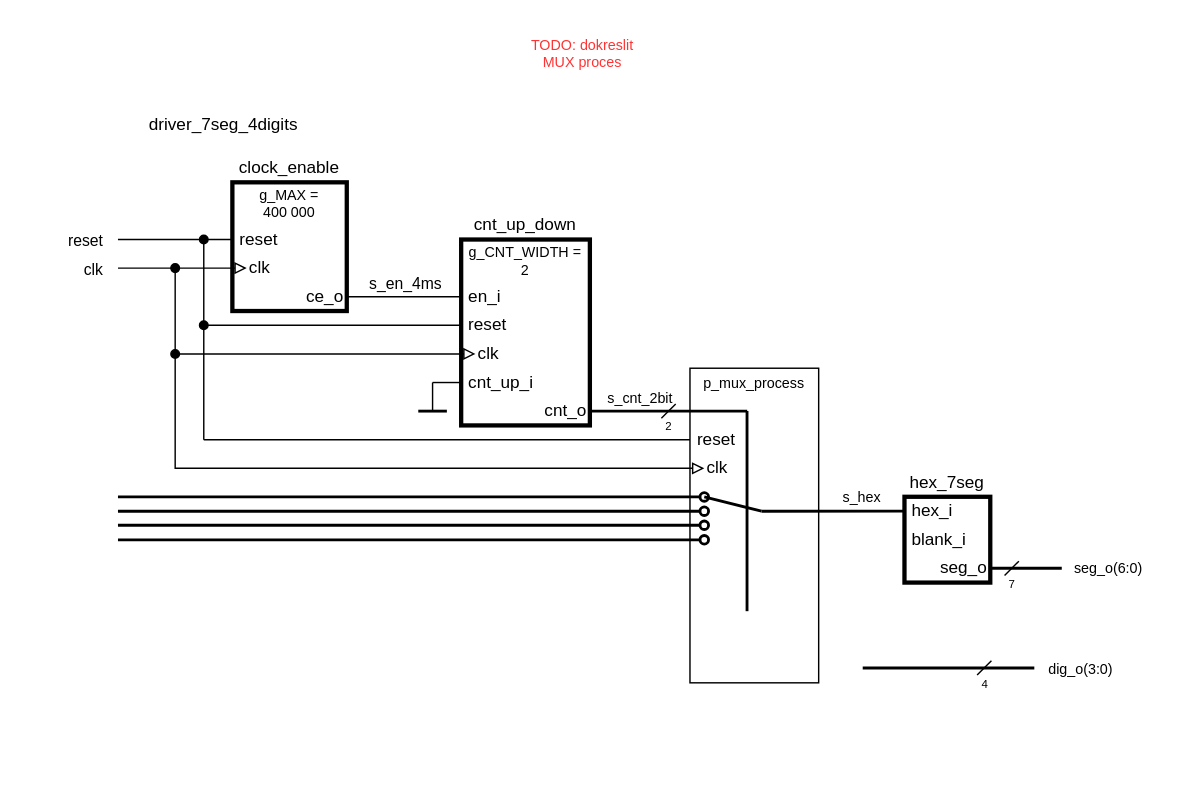
This is labs/07-display_driver/images/lab7_driver.drawio from tomas-fryza/vhdl-course, a draw.io file, before an edit. Source tidied: cells renumbered, new cells numbered last; positions are measured from the earlier drawing's top-left corner, leaving out a move shared by most shapes. Both pictures are drawn from the tidied source at 143%, with x=0, y=0 at pixel (117, 24).
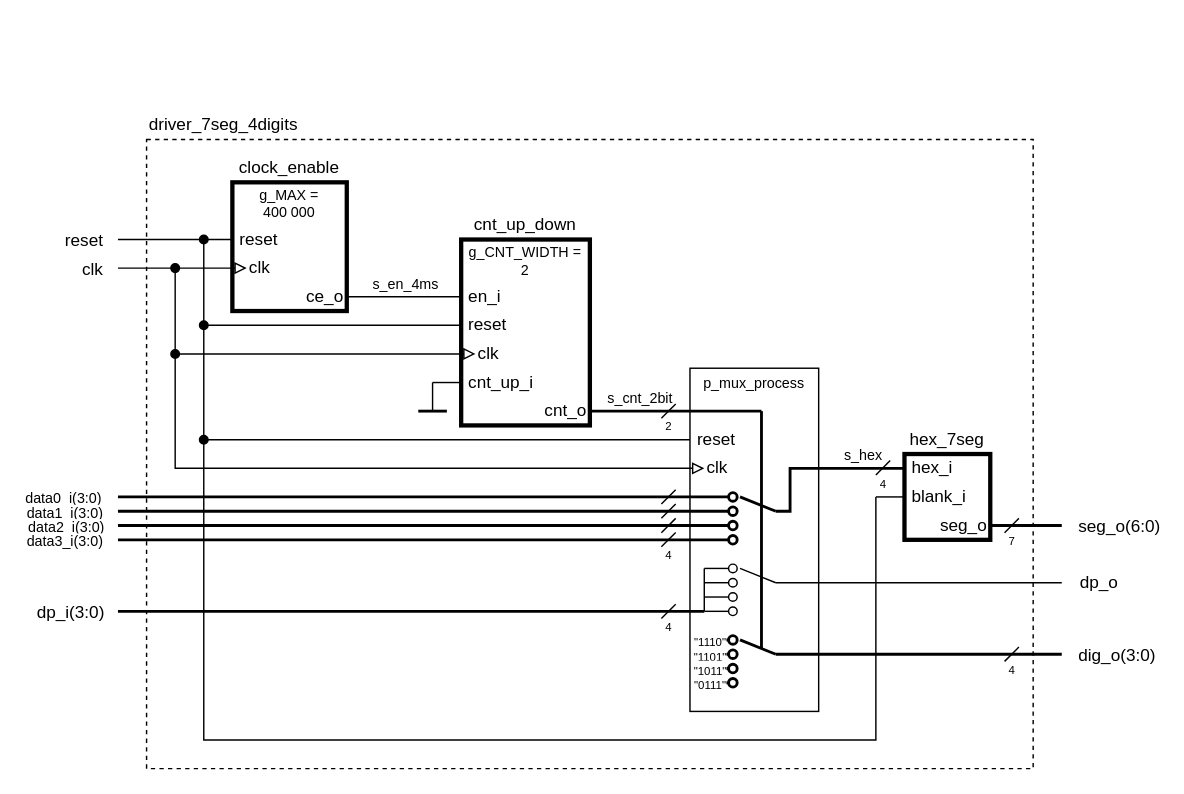
Above is the later version.

Commit message (it also covers changes not shown here):
Driver schema redrawn

The change refers to these unchanged cells:
```xml
<mxCell id="9" style="endArrow=none;html=1;rounded=0;" parent="1" edge="1" target="6">
  <mxGeometry relative="1" as="geometry">
    <mxPoint y="150" as="sourcePoint" />
  </mxGeometry>
</mxCell>
<mxCell id="11" style="endArrow=block;html=1;rounded=0;endFill=0;" parent="1" edge="1" target="7">
  <mxGeometry relative="1" as="geometry">
    <mxPoint y="170" as="sourcePoint" />
  </mxGeometry>
</mxCell>
<mxCell id="13" style="endArrow=none;html=1;rounded=0;" parent="1" edge="1" source="8" target="18">
  <mxGeometry relative="1" as="geometry" />
</mxCell>
```

The edit, as a diff of the source:
```diff
@@
+    <mxCell id="63" style="rounded=0;whiteSpace=wrap;html=1;fontSize=8;fillColor=none;dashed=1;" parent="1" vertex="1">
+      <mxGeometry x="20" y="80" width="620" height="440" as="geometry" />
+    </mxCell>
     <mxCell id="2" style="rounded=0;whiteSpace=wrap;html=1;strokeWidth=1;fillColor=none;" parent="1" vertex="1">
-      <mxGeometry x="400" y="240" width="90" height="220" as="geometry" />
+      <mxGeometry x="400" y="240" width="90" height="240" as="geometry" />
     </mxCell>
@@
-    <mxCell id="10" value="reset" style="edgeLabel;html=1;align=right;verticalAlign=middle;" parent="9" vertex="1">
+    <mxCell id="10" value="reset" style="edgeLabel;html=1;align=right;verticalAlign=middle;fontSize=12;" parent="9" vertex="1">
       <mxGeometry x="-0.83" relative="1" as="geometry">
         <mxPoint x="-17" as="offset" />
       </mxGeometry>
     </mxCell>
@@
-    <mxCell id="12" value="clk" style="edgeLabel;html=1;align=right;verticalAlign=middle;" parent="11" vertex="1">
+    <mxCell id="12" value="clk" style="edgeLabel;html=1;align=right;verticalAlign=middle;fontSize=12;" parent="11" vertex="1">
       <mxGeometry x="-0.93" y="-1" relative="1" as="geometry">
         <mxPoint x="-13" y="-1" as="offset" />
       </mxGeometry>
     </mxCell>
@@
-    <mxCell id="14" value="s_en_4ms" style="edgeLabel;html=1;align=center;verticalAlign=middle;" parent="13" vertex="1">
+    <mxCell id="14" value="s_en_4ms" style="edgeLabel;html=1;align=center;verticalAlign=middle;fontSize=10;" parent="13" vertex="1">
       <mxGeometry x="0.34" relative="1" as="geometry">
         <mxPoint x="-14" y="-10" as="offset" />
       </mxGeometry>
     </mxCell>
@@
     <mxCell id="28" style="rounded=0;whiteSpace=wrap;html=1;strokeWidth=3;" parent="1" vertex="1">
-      <mxGeometry x="550" y="329.9" width="60" height="60" as="geometry" />
+      <mxGeometry x="550" y="300" width="60" height="60" as="geometry" />
     </mxCell>
     <mxCell id="29" value="hex_7seg" style="text;html=1;strokeColor=none;fillColor=none;align=center;verticalAlign=middle;whiteSpace=wrap;rounded=0;" parent="1" vertex="1">
-      <mxGeometry x="550" y="309.9" width="60" height="20" as="geometry" />
+      <mxGeometry x="550" y="280" width="60" height="20" as="geometry" />
     </mxCell>
     <mxCell id="30" value="&amp;nbsp;hex_i" style="text;html=1;strokeColor=none;fillColor=none;align=left;verticalAlign=middle;whiteSpace=wrap;rounded=0;" parent="1" vertex="1">
-      <mxGeometry x="550" y="329.9" width="70" height="20" as="geometry" />
+      <mxGeometry x="550" y="300" width="70" height="20" as="geometry" />
     </mxCell>
     <mxCell id="31" value="&amp;nbsp;blank_i" style="text;html=1;strokeColor=none;fillColor=none;align=left;verticalAlign=middle;whiteSpace=wrap;rounded=0;" parent="1" vertex="1">
-      <mxGeometry x="550" y="349.9" width="70" height="20" as="geometry" />
+      <mxGeometry x="550" y="320" width="70" height="20" as="geometry" />
     </mxCell>
     <mxCell id="32" value="seg_o" style="text;html=1;strokeColor=none;fillColor=none;align=right;verticalAlign=middle;whiteSpace=wrap;rounded=0;" parent="1" vertex="1">
-      <mxGeometry x="560" y="369.9" width="50" height="20" as="geometry" />
+      <mxGeometry x="560" y="340" width="50" height="20" as="geometry" />
     </mxCell>
@@
     <mxCell id="35" style="endArrow=none;html=1;rounded=0;fontSize=10;strokeWidth=2;" parent="1" edge="1" source="32">
       <mxGeometry relative="1" as="geometry">
-        <mxPoint x="660" y="379.9" as="targetPoint" />
+        <mxPoint x="660" y="350" as="targetPoint" />
       </mxGeometry>
     </mxCell>
-    <mxCell id="36" value="seg_o(6:0)" style="edgeLabel;html=1;align=left;verticalAlign=middle;fontSize=10;" parent="35" vertex="1">
+    <mxCell id="36" value="seg_o(6:0)" style="edgeLabel;html=1;align=left;verticalAlign=middle;fontSize=12;" parent="35" vertex="1">
       <mxGeometry x="0.49" y="1" relative="1" as="geometry">
-        <mxPoint x="20" y="1" as="offset" />
+        <mxPoint x="23" y="1" as="offset" />
       </mxGeometry>
     </mxCell>
     <mxCell id="37" style="endArrow=none;html=1;rounded=0;fontSize=10;strokeWidth=2;" parent="1" edge="1">
       <mxGeometry relative="1" as="geometry">
-        <mxPoint x="520.8" y="449.6" as="sourcePoint" />
-        <mxPoint x="640.8" y="449.6" as="targetPoint" />
+        <mxPoint x="460" y="440" as="sourcePoint" />
+        <mxPoint x="660" y="440" as="targetPoint" />
       </mxGeometry>
     </mxCell>
-    <mxCell id="38" value="dig_o(3:0)" style="edgeLabel;html=1;align=left;verticalAlign=middle;fontSize=10;" parent="37" vertex="1">
+    <mxCell id="38" value="dig_o(3:0)" style="edgeLabel;html=1;align=left;verticalAlign=middle;fontSize=12;" parent="37" vertex="1">
       <mxGeometry x="0.79" y="3" relative="1" as="geometry">
-        <mxPoint x="21" y="3" as="offset" />
+        <mxPoint x="31" y="3" as="offset" />
       </mxGeometry>
     </mxCell>
@@
     <mxCell id="42" style="endArrow=none;html=1;rounded=0;fontSize=10;strokeWidth=1;" parent="1" edge="1">
       <mxGeometry relative="1" as="geometry">
-        <mxPoint x="620" y="384.9" as="sourcePoint" />
-        <mxPoint x="630" y="374.9" as="targetPoint" />
+        <mxPoint x="620" y="355" as="sourcePoint" />
+        <mxPoint x="630" y="345" as="targetPoint" />
       </mxGeometry>
     </mxCell>
@@
     <mxCell id="44" style="endArrow=none;html=1;rounded=0;fontSize=10;strokeWidth=1;" parent="1" edge="1">
       <mxGeometry relative="1" as="geometry">
-        <mxPoint x="600.8" y="454.6" as="sourcePoint" />
-        <mxPoint x="610.8" y="444.6" as="targetPoint" />
+        <mxPoint x="620" y="445" as="sourcePoint" />
+        <mxPoint x="630" y="435" as="targetPoint" />
       </mxGeometry>
     </mxCell>
@@
-    <mxCell id="47" value="TODO: dokreslit MUX proces" style="text;html=1;strokeColor=none;fillColor=none;align=center;verticalAlign=middle;whiteSpace=wrap;rounded=0;dashed=1;fontSize=10;fontColor=#FF3333;" parent="1" vertex="1">
-      <mxGeometry x="280" width="90" height="40" as="geometry" />
-    </mxCell>
@@
     <mxCell id="50" style="endArrow=none;html=1;rounded=0;fontSize=10;fontColor=#FF3333;strokeWidth=2;" parent="1" edge="1">
       <mxGeometry relative="1" as="geometry">
         <mxPoint x="400" y="270" as="sourcePoint" />
-        <mxPoint x="440" y="270" as="targetPoint" />
+        <mxPoint x="450" y="270" as="targetPoint" />
       </mxGeometry>
     </mxCell>
@@
     <mxCell id="55" style="endArrow=oval;html=1;rounded=0;fontSize=10;fontColor=#FF3333;strokeWidth=2;endFill=0;" parent="1" edge="1">
       <mxGeometry relative="1" as="geometry">
         <mxPoint y="330" as="sourcePoint" />
-        <mxPoint x="410" y="330" as="targetPoint" />
+        <mxPoint x="430" y="330" as="targetPoint" />
       </mxGeometry>
     </mxCell>
+    <mxCell id="64" value="data0_i(3:0)" style="edgeLabel;html=1;align=right;verticalAlign=middle;fontSize=10;" parent="55" vertex="1">
+      <mxGeometry x="-0.98" relative="1" as="geometry">
+        <mxPoint x="-15" as="offset" />
+      </mxGeometry>
+    </mxCell>
     <mxCell id="56" style="endArrow=oval;html=1;rounded=0;fontSize=10;fontColor=#FF3333;strokeWidth=2;endFill=0;" parent="1" edge="1">
       <mxGeometry relative="1" as="geometry">
         <mxPoint y="340" as="sourcePoint" />
-        <mxPoint x="410" y="340" as="targetPoint" />
+        <mxPoint x="430" y="340" as="targetPoint" />
       </mxGeometry>
     </mxCell>
+    <mxCell id="65" value="data1_i(3:0)" style="edgeLabel;html=1;align=right;verticalAlign=middle;fontSize=10;" parent="56" vertex="1">
+      <mxGeometry x="-0.96" y="1" relative="1" as="geometry">
+        <mxPoint x="-19" y="1" as="offset" />
+      </mxGeometry>
+    </mxCell>
     <mxCell id="57" style="endArrow=oval;html=1;rounded=0;fontSize=10;fontColor=#FF3333;strokeWidth=2;endFill=0;" parent="1" edge="1">
       <mxGeometry relative="1" as="geometry">
-        <mxPoint y="349.8" as="sourcePoint" />
-        <mxPoint x="410" y="349.8" as="targetPoint" />
+        <mxPoint y="350" as="sourcePoint" />
+        <mxPoint x="430" y="350" as="targetPoint" />
       </mxGeometry>
     </mxCell>
+    <mxCell id="66" value="data2_i(3:0)" style="edgeLabel;html=1;align=right;verticalAlign=middle;fontSize=10;" parent="57" vertex="1">
+      <mxGeometry x="-0.95" relative="1" as="geometry">
+        <mxPoint x="-20" as="offset" />
+      </mxGeometry>
+    </mxCell>
     <mxCell id="58" style="endArrow=oval;html=1;rounded=0;fontSize=10;fontColor=#FF3333;strokeWidth=2;endFill=0;" parent="1" edge="1">
       <mxGeometry relative="1" as="geometry">
         <mxPoint y="360" as="sourcePoint" />
-        <mxPoint x="410" y="360" as="targetPoint" />
+        <mxPoint x="430" y="360" as="targetPoint" />
       </mxGeometry>
     </mxCell>
+    <mxCell id="67" value="data3_i(3:0)" style="edgeLabel;html=1;align=right;verticalAlign=middle;fontSize=10;" parent="58" vertex="1">
+      <mxGeometry x="-0.95" y="1" relative="1" as="geometry">
+        <mxPoint x="-21" y="1" as="offset" />
+      </mxGeometry>
+    </mxCell>
-    <mxCell id="59" style="endArrow=none;html=1;rounded=0;fontSize=10;fontColor=#FF3333;strokeWidth=2;" parent="1" edge="1" target="30">
+    <mxCell id="59" style="endArrow=none;html=1;rounded=0;fontSize=10;fontColor=#FF3333;strokeWidth=2;entryX=0;entryY=0.5;entryDx=0;entryDy=0;" parent="1" edge="1" target="30">
       <mxGeometry relative="1" as="geometry">
-        <mxPoint x="450" y="340" as="sourcePoint" />
+        <mxPoint x="460" y="340" as="sourcePoint" />
+        <Array as="points">
+          <mxPoint x="470" y="340" />
+          <mxPoint x="470" y="310" />
+        </Array>
       </mxGeometry>
     </mxCell>
     <mxCell id="60" value="s_hex" style="edgeLabel;html=1;align=center;verticalAlign=middle;fontSize=10;fontColor=#000000;" parent="59" vertex="1">
       <mxGeometry x="0.43" y="1" relative="1" as="geometry">
-        <mxPoint x="-2" y="-9" as="offset" />
+        <mxPoint x="4" y="-9" as="offset" />
       </mxGeometry>
     </mxCell>
     <mxCell id="61" style="endArrow=none;html=1;rounded=0;fontSize=10;fontColor=#FF3333;strokeWidth=2;" parent="1" edge="1">
       <mxGeometry relative="1" as="geometry">
-        <mxPoint x="439.9" y="409.9" as="sourcePoint" />
-        <mxPoint x="439.9" y="269.9" as="targetPoint" />
+        <mxPoint x="450" y="436" as="sourcePoint" />
+        <mxPoint x="450" y="270" as="targetPoint" />
       </mxGeometry>
     </mxCell>
     <mxCell id="62" style="endArrow=none;html=1;rounded=0;fontSize=10;fontColor=#FF3333;strokeWidth=2;" parent="1" edge="1">
       <mxGeometry relative="1" as="geometry">
-        <mxPoint x="410" y="330" as="sourcePoint" />
-        <mxPoint x="450" y="340" as="targetPoint" />
+        <mxPoint x="435" y="330" as="sourcePoint" />
+        <mxPoint x="460" y="340" as="targetPoint" />
       </mxGeometry>
     </mxCell>
+    <mxCell id="68" style="endArrow=none;html=1;rounded=0;fontSize=10;strokeWidth=1;" parent="1" edge="1">
+      <mxGeometry relative="1" as="geometry">
+        <mxPoint x="530" y="314.6" as="sourcePoint" />
+        <mxPoint x="540" y="304.6" as="targetPoint" />
+      </mxGeometry>
+    </mxCell>
+    <mxCell id="69" value="4" style="edgeLabel;html=1;align=center;verticalAlign=middle;fontSize=8;" parent="68" vertex="1">
+      <mxGeometry x="-0.52" y="-1" relative="1" as="geometry">
+        <mxPoint x="2" y="7" as="offset" />
+      </mxGeometry>
+    </mxCell>
+    <mxCell id="70" style="endArrow=none;html=1;rounded=0;fontSize=10;fontColor=#FF3333;strokeWidth=2;endFill=0;" parent="1" edge="1">
+      <mxGeometry relative="1" as="geometry">
+        <mxPoint y="410" as="sourcePoint" />
+        <mxPoint x="410" y="410" as="targetPoint" />
+      </mxGeometry>
+    </mxCell>
+    <mxCell id="71" value="dp_i(3:0)" style="edgeLabel;html=1;align=right;verticalAlign=middle;fontSize=12;" parent="70" vertex="1">
+      <mxGeometry x="-0.96" relative="1" as="geometry">
+        <mxPoint x="-17" as="offset" />
+      </mxGeometry>
+    </mxCell>
+    <mxCell id="72" style="endArrow=oval;html=1;rounded=0;fontSize=10;endFill=0;" parent="1" edge="1">
+      <mxGeometry relative="1" as="geometry">
+        <mxPoint x="410" y="380" as="sourcePoint" />
+        <mxPoint x="430" y="380" as="targetPoint" />
+      </mxGeometry>
+    </mxCell>
+    <mxCell id="73" style="endArrow=oval;html=1;rounded=0;fontSize=10;endFill=0;" parent="1" edge="1">
+      <mxGeometry relative="1" as="geometry">
+        <mxPoint x="410" y="390" as="sourcePoint" />
+        <mxPoint x="430" y="390" as="targetPoint" />
+      </mxGeometry>
+    </mxCell>
+    <mxCell id="74" style="endArrow=oval;html=1;rounded=0;fontSize=10;endFill=0;" parent="1" edge="1">
+      <mxGeometry relative="1" as="geometry">
+        <mxPoint x="410" y="400" as="sourcePoint" />
+        <mxPoint x="430" y="400" as="targetPoint" />
+      </mxGeometry>
+    </mxCell>
+    <mxCell id="75" style="endArrow=oval;html=1;rounded=0;fontSize=10;endFill=0;" parent="1" edge="1">
+      <mxGeometry relative="1" as="geometry">
+        <mxPoint x="410" y="410" as="sourcePoint" />
+        <mxPoint x="430" y="410" as="targetPoint" />
+      </mxGeometry>
+    </mxCell>
+    <mxCell id="76" style="endArrow=none;html=1;rounded=0;fontSize=8;strokeWidth=1;" parent="1" edge="1">
+      <mxGeometry relative="1" as="geometry">
+        <mxPoint x="410" y="410" as="sourcePoint" />
+        <mxPoint x="410" y="380" as="targetPoint" />
+      </mxGeometry>
+    </mxCell>
+    <mxCell id="77" style="endArrow=none;html=1;rounded=0;fontSize=10;strokeWidth=1;" parent="1" edge="1">
+      <mxGeometry relative="1" as="geometry">
+        <mxPoint x="380" y="415" as="sourcePoint" />
+        <mxPoint x="390" y="405" as="targetPoint" />
+      </mxGeometry>
+    </mxCell>
+    <mxCell id="78" value="4" style="edgeLabel;html=1;align=center;verticalAlign=middle;fontSize=8;" parent="77" vertex="1">
+      <mxGeometry x="-0.52" y="-1" relative="1" as="geometry">
+        <mxPoint x="2" y="7" as="offset" />
+      </mxGeometry>
+    </mxCell>
+    <mxCell id="79" style="endArrow=none;html=1;rounded=0;fontSize=10;strokeWidth=1;" parent="1" edge="1">
+      <mxGeometry relative="1" as="geometry">
+        <mxPoint x="380" y="364.9" as="sourcePoint" />
+        <mxPoint x="390" y="354.9" as="targetPoint" />
+      </mxGeometry>
+    </mxCell>
+    <mxCell id="80" value="4" style="edgeLabel;html=1;align=center;verticalAlign=middle;fontSize=8;" parent="79" vertex="1">
+      <mxGeometry x="-0.52" y="-1" relative="1" as="geometry">
+        <mxPoint x="2" y="7" as="offset" />
+      </mxGeometry>
+    </mxCell>
+    <mxCell id="81" style="endArrow=none;html=1;rounded=0;fontSize=10;strokeWidth=1;" parent="1" edge="1">
+      <mxGeometry relative="1" as="geometry">
+        <mxPoint x="380" y="355" as="sourcePoint" />
+        <mxPoint x="390" y="345" as="targetPoint" />
+      </mxGeometry>
+    </mxCell>
+    <mxCell id="82" style="endArrow=none;html=1;rounded=0;fontSize=10;strokeWidth=1;" parent="1" edge="1">
+      <mxGeometry relative="1" as="geometry">
+        <mxPoint x="380" y="344.9" as="sourcePoint" />
+        <mxPoint x="390" y="334.9" as="targetPoint" />
+      </mxGeometry>
+    </mxCell>
+    <mxCell id="83" style="endArrow=none;html=1;rounded=0;fontSize=10;strokeWidth=1;" parent="1" edge="1">
+      <mxGeometry relative="1" as="geometry">
+        <mxPoint x="380" y="335" as="sourcePoint" />
+        <mxPoint x="390" y="325" as="targetPoint" />
+      </mxGeometry>
+    </mxCell>
+    <mxCell id="84" style="endArrow=none;html=1;rounded=0;fontSize=10;fontColor=#FF3333;strokeWidth=1;" parent="1" edge="1">
+      <mxGeometry relative="1" as="geometry">
+        <mxPoint x="460" y="390" as="sourcePoint" />
+        <mxPoint x="660" y="390" as="targetPoint" />
+      </mxGeometry>
+    </mxCell>
+    <mxCell id="85" value="dp_o" style="edgeLabel;html=1;align=left;verticalAlign=middle;fontSize=12;" parent="84" vertex="1">
+      <mxGeometry x="0.82" y="1" relative="1" as="geometry">
+        <mxPoint x="29" as="offset" />
+      </mxGeometry>
+    </mxCell>
+    <mxCell id="86" style="endArrow=none;html=1;rounded=0;fontSize=10;endFill=0;" parent="1" edge="1">
+      <mxGeometry relative="1" as="geometry">
+        <mxPoint x="435" y="380" as="sourcePoint" />
+        <mxPoint x="460" y="390" as="targetPoint" />
+      </mxGeometry>
+    </mxCell>
+    <mxCell id="87" style="endArrow=oval;html=1;rounded=0;fontSize=10;endFill=0;strokeWidth=2;" parent="1" edge="1">
+      <mxGeometry relative="1" as="geometry">
+        <mxPoint x="420" y="430" as="sourcePoint" />
+        <mxPoint x="430" y="430" as="targetPoint" />
+      </mxGeometry>
+    </mxCell>
+    <mxCell id="88" value="&lt;font style=&quot;font-size: 8px;&quot;&gt;&quot;1110&quot;&lt;/font&gt;" style="edgeLabel;html=1;align=center;verticalAlign=middle;" parent="87" vertex="1">
+      <mxGeometry relative="1" as="geometry">
+        <mxPoint x="-12" as="offset" />
+      </mxGeometry>
+    </mxCell>
+    <mxCell id="89" style="endArrow=oval;html=1;rounded=0;fontSize=10;endFill=0;strokeWidth=2;" parent="1" edge="1">
+      <mxGeometry relative="1" as="geometry">
+        <mxPoint x="420" y="440" as="sourcePoint" />
+        <mxPoint x="430" y="440" as="targetPoint" />
+      </mxGeometry>
+    </mxCell>
+    <mxCell id="90" value="&lt;font style=&quot;font-size: 8px;&quot;&gt;&quot;1101&quot;&lt;/font&gt;" style="edgeLabel;html=1;align=center;verticalAlign=middle;" parent="89" vertex="1">
+      <mxGeometry relative="1" as="geometry">
+        <mxPoint x="-12" as="offset" />
+      </mxGeometry>
+    </mxCell>
+    <mxCell id="91" style="endArrow=oval;html=1;rounded=0;fontSize=10;endFill=0;strokeWidth=2;" parent="1" edge="1">
+      <mxGeometry relative="1" as="geometry">
+        <mxPoint x="420" y="450" as="sourcePoint" />
+        <mxPoint x="430" y="450" as="targetPoint" />
+      </mxGeometry>
+    </mxCell>
+    <mxCell id="92" value="&lt;font style=&quot;font-size: 8px;&quot;&gt;&quot;1011&quot;&lt;/font&gt;" style="edgeLabel;html=1;align=center;verticalAlign=middle;" parent="91" vertex="1">
+      <mxGeometry relative="1" as="geometry">
+        <mxPoint x="-12" as="offset" />
+      </mxGeometry>
+    </mxCell>
+    <mxCell id="93" style="endArrow=oval;html=1;rounded=0;fontSize=10;endFill=0;strokeWidth=2;" parent="1" edge="1">
+      <mxGeometry relative="1" as="geometry">
+        <mxPoint x="420" y="460" as="sourcePoint" />
+        <mxPoint x="430" y="460" as="targetPoint" />
+      </mxGeometry>
+    </mxCell>
+    <mxCell id="94" value="&lt;font style=&quot;font-size: 8px;&quot;&gt;&quot;0111&quot;&lt;/font&gt;" style="edgeLabel;html=1;align=center;verticalAlign=middle;" parent="93" vertex="1">
+      <mxGeometry relative="1" as="geometry">
+        <mxPoint x="-12" as="offset" />
+      </mxGeometry>
+    </mxCell>
+    <mxCell id="95" style="endArrow=none;html=1;rounded=0;fontSize=10;fontColor=#FF3333;strokeWidth=2;" parent="1" edge="1">
+      <mxGeometry relative="1" as="geometry">
+        <mxPoint x="435" y="430" as="sourcePoint" />
+        <mxPoint x="460" y="440" as="targetPoint" />
+      </mxGeometry>
+    </mxCell>
+    <mxCell id="96" style="endArrow=none;html=1;rounded=0;fontSize=10;" parent="1" edge="1" target="31">
+      <mxGeometry relative="1" as="geometry">
+        <mxPoint x="530" y="330" as="sourcePoint" />
+      </mxGeometry>
+    </mxCell>
+    <mxCell id="97" style="endArrow=none;html=1;rounded=0;fontSize=8;strokeWidth=1;endFill=0;startArrow=oval;startFill=1;" parent="1" edge="1">
+      <mxGeometry relative="1" as="geometry">
+        <mxPoint x="60" y="290" as="sourcePoint" />
+        <mxPoint x="530" y="330" as="targetPoint" />
+        <Array as="points">
+          <mxPoint x="60" y="500" />
+          <mxPoint x="530" y="500" />
+        </Array>
+      </mxGeometry>
+    </mxCell>
```
